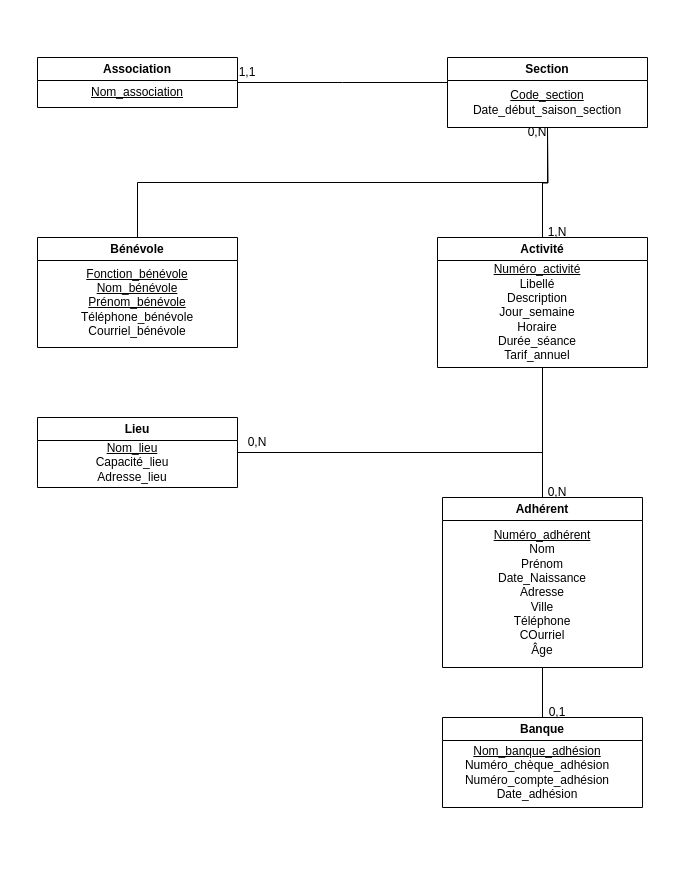
Above: MCD_EXO2.drawio in NicolasRbls/Diagramme (draw.io), before the change. Source tidied: cells renumbered, new cells numbered last; positions are measured from the earlier drawing's top-left corner, leaving out a move shared by most shapes. Both pictures are drawn from the tidied source at 100%, with x=0, y=0 at pixel (37, 57).
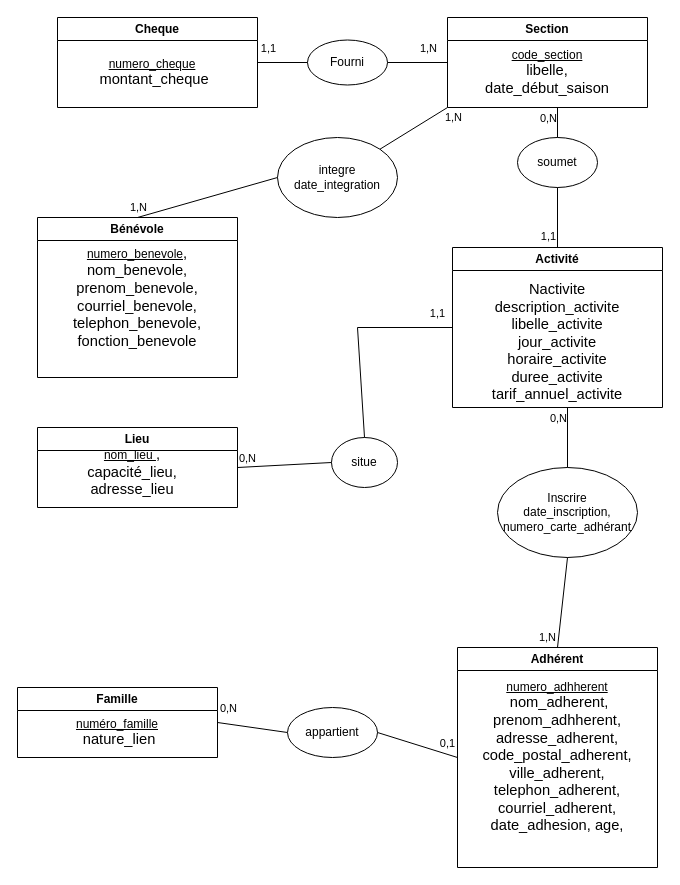
The same diagram, later.

Commit message:
Mettre à jour MCD_EXO2.drawio

Change to the diagram source:
```diff
@@
-    <mxCell id="2" style="edgeStyle=orthogonalEdgeStyle;rounded=0;jettySize=auto;html=1;strokeColor=default;endArrow=none;endFill=0;" parent="1" edge="1" source="3">
-      <mxGeometry relative="1" as="geometry">
-        <mxPoint x="410" y="25" as="targetPoint" />
-      </mxGeometry>
-    </mxCell>
-    <mxCell id="3" value="Association" style="swimlane;whiteSpace=wrap;html=1;" parent="1" vertex="1">
-      <mxGeometry width="200" height="50" as="geometry" />
+    <mxCell id="3" value="Famille" style="swimlane;whiteSpace=wrap;html=1;" parent="1" vertex="1">
+      <mxGeometry x="-20" y="630" width="200" height="70" as="geometry" />
     </mxCell>
-    <mxCell id="4" value="&lt;u&gt;Nom_association&lt;/u&gt;" style="text;html=1;strokeColor=none;fillColor=none;align=center;verticalAlign=middle;whiteSpace=wrap;rounded=0;" parent="3" vertex="1">
-      <mxGeometry x="70" y="20" width="60" height="30" as="geometry" />
+    <mxCell id="4" value="&lt;u&gt;numéro_famille&lt;br&gt;&lt;/u&gt;&lt;span style=&quot;font-size:11.0pt;font-family:&amp;quot;Arial&amp;quot;,sans-serif;mso-fareast-font-family:&lt;br/&gt;NSimSun;mso-bidi-font-family:&amp;quot;Lucida Sans&amp;quot;;mso-ansi-language:FR;mso-fareast-language:&lt;br/&gt;ZH-CN;mso-bidi-language:HI&quot;&gt;&amp;nbsp;nature_lien&lt;/span&gt;" style="text;html=1;strokeColor=none;fillColor=none;align=center;verticalAlign=middle;whiteSpace=wrap;rounded=0;" parent="3" vertex="1">
+      <mxGeometry x="70" y="30" width="60" height="30" as="geometry" />
     </mxCell>
-    <mxCell id="5" style="edgeStyle=orthogonalEdgeStyle;rounded=0;jettySize=auto;html=1;exitX=0.5;exitY=1;exitDx=0;exitDy=0;entryX=0.5;entryY=0;entryDx=0;entryDy=0;endArrow=none;endFill=0;" parent="1" edge="1" source="6" target="10">
-      <mxGeometry relative="1" as="geometry" />
-    </mxCell>
     <mxCell id="6" value="Section" style="swimlane;whiteSpace=wrap;html=1;" parent="1" vertex="1">
-      <mxGeometry x="410" width="200" height="70" as="geometry" />
+      <mxGeometry x="410" y="-40" width="200" height="90" as="geometry" />
     </mxCell>
-    <mxCell id="7" value="&lt;u&gt;Code_section&lt;/u&gt;&lt;br&gt;Date_début_saison_section" style="text;html=1;strokeColor=none;fillColor=none;align=center;verticalAlign=middle;whiteSpace=wrap;rounded=0;" parent="6" vertex="1">
-      <mxGeometry x="70" y="30" width="60" height="30" as="geometry" />
+    <mxCell id="7" value="&lt;u&gt;code_section&lt;br&gt;&lt;/u&gt;&lt;span style=&quot;font-size:11.0pt;font-family:&amp;quot;Arial&amp;quot;,sans-serif;mso-fareast-font-family:&lt;br/&gt;NSimSun;mso-bidi-font-family:&amp;quot;Lucida Sans&amp;quot;;mso-ansi-language:FR;mso-fareast-language:&lt;br/&gt;ZH-CN;mso-bidi-language:HI&quot;&gt;libelle, date_début_saison&lt;/span&gt;" style="text;html=1;strokeColor=none;fillColor=none;align=center;verticalAlign=middle;whiteSpace=wrap;rounded=0;" parent="6" vertex="1">
+      <mxGeometry x="70" y="40" width="60" height="30" as="geometry" />
     </mxCell>
-    <mxCell id="8" value="1,1" style="text;html=1;strokeColor=none;fillColor=none;align=center;verticalAlign=middle;whiteSpace=wrap;rounded=0;" parent="1" vertex="1">
-      <mxGeometry x="180" width="60" height="30" as="geometry" />
-    </mxCell>
-    <mxCell id="9" value="0,N" style="text;html=1;strokeColor=none;fillColor=none;align=center;verticalAlign=middle;whiteSpace=wrap;rounded=0;" parent="1" vertex="1">
-      <mxGeometry x="470" y="60" width="60" height="30" as="geometry" />
-    </mxCell>
     <mxCell id="10" value="Bénévole" style="swimlane;whiteSpace=wrap;html=1;" parent="1" vertex="1">
-      <mxGeometry y="180" width="200" height="110" as="geometry" />
+      <mxGeometry y="160" width="200" height="160" as="geometry" />
     </mxCell>
-    <mxCell id="11" value="&lt;u&gt;Fonction_bénévole&lt;br&gt;Nom_bénévole&lt;br&gt;Prénom_bénévole&lt;/u&gt;&lt;br&gt;Téléphone_bénévole&lt;br&gt;Courriel_bénévole" style="text;html=1;strokeColor=none;fillColor=none;align=center;verticalAlign=middle;whiteSpace=wrap;rounded=0;" parent="10" vertex="1">
-      <mxGeometry x="70" y="50" width="60" height="30" as="geometry" />
+    <mxCell id="11" value="&lt;u&gt;numero_benevole&lt;/u&gt;&lt;span style=&quot;font-size:11.0pt;&lt;br/&gt;font-family:&amp;quot;Arial&amp;quot;,sans-serif;mso-fareast-font-family:NSimSun;mso-bidi-font-family:&lt;br/&gt;&amp;quot;Lucida Sans&amp;quot;;mso-ansi-language:EN-US;mso-fareast-language:ZH-CN;mso-bidi-language:&lt;br/&gt;HI&quot; lang=&quot;EN-US&quot;&gt;, nom_benevole, prenom_benevole, courriel_benevole, telephon_benevole, fonction_benevole&lt;/span&gt;" style="text;html=1;strokeColor=none;fillColor=none;align=center;verticalAlign=middle;whiteSpace=wrap;rounded=0;" parent="10" vertex="1">
+      <mxGeometry x="70" y="65" width="60" height="30" as="geometry" />
     </mxCell>
-    <mxCell id="12" style="edgeStyle=orthogonalEdgeStyle;rounded=0;jettySize=auto;html=1;endArrow=none;endFill=0;" parent="1" edge="1" source="14">
-      <mxGeometry relative="1" as="geometry">
-        <mxPoint x="510" y="70" as="targetPoint" />
-      </mxGeometry>
-    </mxCell>
-    <mxCell id="13" style="edgeStyle=orthogonalEdgeStyle;rounded=0;jettySize=auto;html=1;entryX=0.5;entryY=0;entryDx=0;entryDy=0;endArrow=none;endFill=0;" parent="1" edge="1" source="14" target="18">
-      <mxGeometry relative="1" as="geometry" />
-    </mxCell>
     <mxCell id="14" value="Activité" style="swimlane;whiteSpace=wrap;html=1;" parent="1" vertex="1">
-      <mxGeometry x="400" y="180" width="210" height="130" as="geometry" />
+      <mxGeometry x="415" y="190" width="210" height="160" as="geometry" />
     </mxCell>
-    <mxCell id="15" value="&lt;u&gt;Numéro_activité&lt;/u&gt;&lt;br&gt;Libellé&lt;br&gt;Description&lt;br&gt;Jour_semaine&lt;br&gt;Horaire&lt;br&gt;Durée_séance&lt;br&gt;Tarif_annuel" style="text;html=1;strokeColor=none;fillColor=none;align=center;verticalAlign=middle;whiteSpace=wrap;rounded=0;" parent="14" vertex="1">
-      <mxGeometry x="70" y="60" width="60" height="30" as="geometry" />
+    <mxCell id="15" value="&lt;font face=&quot;Arial, sans-serif&quot;&gt;&lt;span style=&quot;font-size: 11pt;&quot;&gt;Nactivite description_activite libelle_activite jour_activite horaire_activite duree_activite tarif_annuel_activite&lt;/span&gt;&lt;/font&gt;" style="text;html=1;strokeColor=none;fillColor=none;align=center;verticalAlign=middle;whiteSpace=wrap;rounded=0;" parent="14" vertex="1">
+      <mxGeometry x="75" y="80" width="60" height="30" as="geometry" />
     </mxCell>
-    <mxCell id="16" value="1,N" style="text;html=1;strokeColor=none;fillColor=none;align=center;verticalAlign=middle;whiteSpace=wrap;rounded=0;" parent="1" vertex="1">
-      <mxGeometry x="490" y="160" width="60" height="30" as="geometry" />
-    </mxCell>
-    <mxCell id="17" style="edgeStyle=orthogonalEdgeStyle;rounded=0;jettySize=auto;html=1;entryX=0.5;entryY=0;entryDx=0;entryDy=0;endArrow=none;endFill=0;" parent="1" edge="1" source="18" target="21">
-      <mxGeometry relative="1" as="geometry" />
-    </mxCell>
     <mxCell id="18" value="Adhérent" style="swimlane;whiteSpace=wrap;html=1;" parent="1" vertex="1">
-      <mxGeometry x="405" y="440" width="200" height="170" as="geometry" />
+      <mxGeometry x="420" y="590" width="200" height="220" as="geometry" />
     </mxCell>
-    <mxCell id="19" value="&lt;u&gt;Numéro_adhérent&lt;/u&gt;&lt;br&gt;Nom&lt;br&gt;Prénom&lt;br&gt;Date_Naissance&lt;br&gt;Adresse&lt;br&gt;Ville&lt;br&gt;Téléphone&lt;br&gt;COurriel&lt;br&gt;Âge" style="text;html=1;strokeColor=none;fillColor=none;align=center;verticalAlign=middle;whiteSpace=wrap;rounded=0;" parent="18" vertex="1">
-      <mxGeometry x="70" y="80" width="60" height="30" as="geometry" />
+    <mxCell id="19" value="&lt;u&gt;numero_adhherent &lt;/u&gt;&lt;span style=&quot;font-size:11.0pt;&lt;br/&gt;font-family:&amp;quot;Arial&amp;quot;,sans-serif;mso-fareast-font-family:NSimSun;mso-bidi-font-family:&lt;br/&gt;&amp;quot;Lucida Sans&amp;quot;;mso-ansi-language:EN-US;mso-fareast-language:ZH-CN;mso-bidi-language:&lt;br/&gt;HI&quot; lang=&quot;EN-US&quot;&gt;&amp;nbsp;nom_adherent, prenom_adhherent, adresse_adherent, code_postal_adherent, ville_adherent, telephon_adherent, courriel_adherent, date_adhesion, age,&lt;/span&gt;" style="text;html=1;strokeColor=none;fillColor=none;align=center;verticalAlign=middle;whiteSpace=wrap;rounded=0;" parent="18" vertex="1">
+      <mxGeometry x="70" y="95" width="60" height="30" as="geometry" />
     </mxCell>
-    <mxCell id="20" value="0,N" style="text;html=1;strokeColor=none;fillColor=none;align=center;verticalAlign=middle;whiteSpace=wrap;rounded=0;" parent="18" vertex="1">
-      <mxGeometry x="85" y="-20" width="60" height="30" as="geometry" />
-    </mxCell>
-    <mxCell id="21" value="Banque" style="swimlane;whiteSpace=wrap;html=1;" parent="1" vertex="1">
-      <mxGeometry x="405" y="660" width="200" height="90" as="geometry" />
+    <mxCell id="21" value="Cheque" style="swimlane;whiteSpace=wrap;html=1;" parent="1" vertex="1">
+      <mxGeometry x="20" y="-40" width="200" height="90" as="geometry" />
     </mxCell>
-    <mxCell id="22" value="&lt;u&gt;Nom_banque_adhésion&lt;/u&gt;&lt;br&gt;Numéro_chèque_adhésion&lt;br&gt;Numéro_compte_adhésion&lt;br&gt;Date_adhésion" style="text;html=1;strokeColor=none;fillColor=none;align=center;verticalAlign=middle;whiteSpace=wrap;rounded=0;" parent="21" vertex="1">
+    <mxCell id="22" value="&lt;u&gt;numero_cheque&lt;br&gt;&lt;/u&gt;&lt;span style=&quot;font-size:11.0pt;font-family:&amp;quot;Arial&amp;quot;,sans-serif;mso-fareast-font-family:&lt;br/&gt;NSimSun;mso-bidi-font-family:&amp;quot;Lucida Sans&amp;quot;;mso-ansi-language:FR;mso-fareast-language:&lt;br/&gt;ZH-CN;mso-bidi-language:HI&quot;&gt;&amp;nbsp;montant_cheque&lt;/span&gt;" style="text;html=1;strokeColor=none;fillColor=none;align=center;verticalAlign=middle;whiteSpace=wrap;rounded=0;" parent="21" vertex="1">
       <mxGeometry x="65" y="40" width="60" height="30" as="geometry" />
     </mxCell>
-    <mxCell id="23" style="edgeStyle=orthogonalEdgeStyle;rounded=0;jettySize=auto;html=1;entryX=0.5;entryY=1;entryDx=0;entryDy=0;endArrow=none;endFill=0;" parent="1" edge="1" source="24" target="14">
-      <mxGeometry relative="1" as="geometry" />
-    </mxCell>
     <mxCell id="24" value="Lieu" style="swimlane;whiteSpace=wrap;html=1;" parent="1" vertex="1">
-      <mxGeometry y="360" width="200" height="70" as="geometry" />
+      <mxGeometry y="370" width="200" height="80" as="geometry" />
     </mxCell>
-    <mxCell id="25" value="&lt;u&gt;Nom_lieu&lt;/u&gt;&lt;br&gt;Capacité_lieu&lt;br&gt;Adresse_lieu" style="text;html=1;strokeColor=none;fillColor=none;align=center;verticalAlign=middle;whiteSpace=wrap;rounded=0;" parent="24" vertex="1">
+    <mxCell id="25" value="&lt;u&gt;nom_lieu &lt;/u&gt;&lt;span style=&quot;font-size:11.0pt;font-family:&amp;quot;Arial&amp;quot;,sans-serif;mso-fareast-font-family:&lt;br/&gt;NSimSun;mso-bidi-font-family:&amp;quot;Lucida Sans&amp;quot;;mso-ansi-language:FR;mso-fareast-language:&lt;br/&gt;ZH-CN;mso-bidi-language:HI&quot;&gt;, capacité&lt;/span&gt;&lt;span style=&quot;font-size:11.0pt;font-family:&lt;br/&gt;&amp;quot;Arial&amp;quot;,sans-serif;mso-fareast-font-family:NSimSun;mso-bidi-font-family:&amp;quot;Lucida Sans&amp;quot;;&lt;br/&gt;mso-ansi-language:FR;mso-fareast-language:ZH-CN;mso-bidi-language:HI&quot;&gt;_lieu, adresse_lieu&lt;/span&gt;" style="text;html=1;strokeColor=none;fillColor=none;align=center;verticalAlign=middle;whiteSpace=wrap;rounded=0;" parent="24" vertex="1">
       <mxGeometry x="65" y="30" width="60" height="30" as="geometry" />
     </mxCell>
-    <mxCell id="26" value="0,N" style="text;html=1;strokeColor=none;fillColor=none;align=center;verticalAlign=middle;whiteSpace=wrap;rounded=0;" parent="1" vertex="1">
-      <mxGeometry x="190" y="370" width="60" height="30" as="geometry" />
-    </mxCell>
+    <mxCell id="28" value="soumet" style="ellipse;whiteSpace=wrap;html=1;" parent="1" vertex="1">
+      <mxGeometry x="480" y="80" width="80" height="50" as="geometry" />
+    </mxCell>
+    <mxCell id="29" style="endArrow=none;html=1;rounded=0;entryX=0.5;entryY=1;entryDx=0;entryDy=0;exitX=0.5;exitY=0;exitDx=0;exitDy=0;" parent="1" edge="1" source="14" target="28">
+      <mxGeometry relative="1" as="geometry" />
+    </mxCell>
+    <mxCell id="30" value="1,1" style="edgeLabel;html=1;align=center;verticalAlign=middle;" parent="29" vertex="1">
+      <mxGeometry x="-0.6" y="1" relative="1" as="geometry">
+        <mxPoint x="-9" as="offset" />
+      </mxGeometry>
+    </mxCell>
+    <mxCell id="31" style="endArrow=none;html=1;rounded=0;exitX=0.5;exitY=0;exitDx=0;exitDy=0;" parent="1" edge="1" source="28">
+      <mxGeometry relative="1" as="geometry">
+        <mxPoint x="520" y="50" as="targetPoint" />
+      </mxGeometry>
+    </mxCell>
+    <mxCell id="32" value="0,N" style="edgeLabel;html=1;align=center;verticalAlign=middle;" parent="31" vertex="1">
+      <mxGeometry y="-9" relative="1" as="geometry">
+        <mxPoint x="-19" y="-5" as="offset" />
+      </mxGeometry>
+    </mxCell>
+    <mxCell id="33" value="Fourni" style="ellipse;whiteSpace=wrap;html=1;" parent="1" vertex="1">
+      <mxGeometry x="270" y="-17.5" width="80" height="45" as="geometry" />
+    </mxCell>
+    <mxCell id="34" style="endArrow=none;html=1;rounded=0;entryX=0;entryY=0.5;entryDx=0;entryDy=0;exitX=1;exitY=0.5;exitDx=0;exitDy=0;" parent="1" edge="1" source="33" target="6">
+      <mxGeometry relative="1" as="geometry" />
+    </mxCell>
+    <mxCell id="35" value="1,N" style="edgeLabel;html=1;align=center;verticalAlign=middle;" parent="34" vertex="1">
+      <mxGeometry x="-0.2" y="-3" relative="1" as="geometry">
+        <mxPoint x="16" y="-18" as="offset" />
+      </mxGeometry>
+    </mxCell>
+    <mxCell id="36" style="endArrow=none;html=1;rounded=0;entryX=0;entryY=0.5;entryDx=0;entryDy=0;exitX=1;exitY=0.5;exitDx=0;exitDy=0;" parent="1" edge="1" source="21" target="33">
+      <mxGeometry relative="1" as="geometry" />
+    </mxCell>
+    <mxCell id="37" value="1,1" style="edgeLabel;html=1;align=center;verticalAlign=middle;" parent="36" vertex="1">
+      <mxGeometry x="-0.16" y="7" relative="1" as="geometry">
+        <mxPoint x="-11" y="-8" as="offset" />
+      </mxGeometry>
+    </mxCell>
+    <mxCell id="38" value="integre&lt;br&gt;date_integration&lt;br&gt;" style="ellipse;whiteSpace=wrap;html=1;" parent="1" vertex="1">
+      <mxGeometry x="240" y="80" width="120" height="80" as="geometry" />
+    </mxCell>
+    <mxCell id="39" style="endArrow=none;html=1;rounded=0;exitX=1;exitY=0;exitDx=0;exitDy=0;" parent="1" edge="1" source="38">
+      <mxGeometry relative="1" as="geometry">
+        <mxPoint x="410" y="50" as="targetPoint" />
+      </mxGeometry>
+    </mxCell>
+    <mxCell id="40" value="1,N" style="edgeLabel;html=1;align=center;verticalAlign=middle;" parent="39" vertex="1">
+      <mxGeometry x="0.53" relative="1" as="geometry">
+        <mxPoint x="21" as="offset" />
+      </mxGeometry>
+    </mxCell>
+    <mxCell id="41" style="endArrow=none;html=1;rounded=0;entryX=0;entryY=0.5;entryDx=0;entryDy=0;exitX=0.5;exitY=0;exitDx=0;exitDy=0;" parent="1" edge="1" source="10" target="38">
+      <mxGeometry relative="1" as="geometry" />
+    </mxCell>
+    <mxCell id="42" value="1,N" style="edgeLabel;html=1;align=center;verticalAlign=middle;" parent="41" vertex="1">
+      <mxGeometry x="-0.38" y="4" relative="1" as="geometry">
+        <mxPoint x="-42" y="6" as="offset" />
+      </mxGeometry>
+    </mxCell>
+    <mxCell id="43" value="situe" style="ellipse;whiteSpace=wrap;html=1;" parent="1" vertex="1">
+      <mxGeometry x="294" y="380" width="66" height="50" as="geometry" />
+    </mxCell>
+    <mxCell id="44" style="endArrow=none;html=1;rounded=0;entryX=0;entryY=0.5;entryDx=0;entryDy=0;exitX=0.5;exitY=0;exitDx=0;exitDy=0;" parent="1" edge="1" source="43" target="14">
+      <mxGeometry relative="1" as="geometry">
+        <Array as="points">
+          <mxPoint x="320" y="270" />
+        </Array>
+      </mxGeometry>
+    </mxCell>
+    <mxCell id="45" value="1,1" style="edgeLabel;html=1;align=center;verticalAlign=middle;" parent="44" vertex="1">
+      <mxGeometry x="0.71" y="3" relative="1" as="geometry">
+        <mxPoint x="15" y="-12" as="offset" />
+      </mxGeometry>
+    </mxCell>
+    <mxCell id="46" style="endArrow=none;html=1;rounded=0;entryX=0;entryY=0.5;entryDx=0;entryDy=0;exitX=1;exitY=0.5;exitDx=0;exitDy=0;" parent="1" edge="1" source="24" target="43">
+      <mxGeometry relative="1" as="geometry" />
+    </mxCell>
+    <mxCell id="47" value="0,N" style="edgeLabel;html=1;align=center;verticalAlign=middle;" parent="46" vertex="1">
+      <mxGeometry x="-0.68" y="4" relative="1" as="geometry">
+        <mxPoint x="-5" y="-5" as="offset" />
+      </mxGeometry>
+    </mxCell>
+    <mxCell id="48" value="&lt;div&gt;Inscrire&lt;/div&gt;&lt;div&gt;date_inscription, numero_carte_adhérant&lt;br&gt;&lt;/div&gt;" style="ellipse;whiteSpace=wrap;html=1;" parent="1" vertex="1">
+      <mxGeometry x="460" y="410" width="140" height="90" as="geometry" />
+    </mxCell>
+    <mxCell id="49" style="endArrow=none;html=1;rounded=0;exitX=0.5;exitY=0;exitDx=0;exitDy=0;" parent="1" edge="1" source="48">
+      <mxGeometry relative="1" as="geometry">
+        <mxPoint x="530" y="350" as="targetPoint" />
+      </mxGeometry>
+    </mxCell>
+    <mxCell id="50" value="0,N" style="edgeLabel;html=1;align=center;verticalAlign=middle;" parent="49" vertex="1">
+      <mxGeometry x="0.37" y="-2" relative="1" as="geometry">
+        <mxPoint x="-12" y="-9" as="offset" />
+      </mxGeometry>
+    </mxCell>
+    <mxCell id="51" style="endArrow=none;html=1;rounded=0;entryX=0.5;entryY=1;entryDx=0;entryDy=0;exitX=0.5;exitY=0;exitDx=0;exitDy=0;" parent="1" edge="1" source="18" target="48">
+      <mxGeometry relative="1" as="geometry" />
+    </mxCell>
+    <mxCell id="52" value="1,N" style="edgeLabel;html=1;align=center;verticalAlign=middle;" parent="51" vertex="1">
+      <mxGeometry x="-0.65" y="2" relative="1" as="geometry">
+        <mxPoint x="-10" y="6" as="offset" />
+      </mxGeometry>
+    </mxCell>
+    <mxCell id="53" style="endArrow=none;html=1;rounded=0;exitX=1;exitY=0.5;exitDx=0;exitDy=0;entryX=0;entryY=0.5;entryDx=0;entryDy=0;" parent="1" edge="1" source="3" target="55">
+      <mxGeometry relative="1" as="geometry" />
+    </mxCell>
+    <mxCell id="54" value="0,N" style="edgeLabel;html=1;align=center;verticalAlign=middle;" parent="53" vertex="1">
+      <mxGeometry x="-0.58" y="2" relative="1" as="geometry">
+        <mxPoint x="-5" y="-15" as="offset" />
+      </mxGeometry>
+    </mxCell>
+    <mxCell id="55" value="appartient" style="ellipse;whiteSpace=wrap;html=1;" parent="1" vertex="1">
+      <mxGeometry x="250" y="650" width="90" height="50" as="geometry" />
+    </mxCell>
+    <mxCell id="56" style="endArrow=none;html=1;rounded=0;exitX=1;exitY=0.5;exitDx=0;exitDy=0;entryX=0;entryY=0.5;entryDx=0;entryDy=0;" parent="1" edge="1" source="55" target="18">
+      <mxGeometry relative="1" as="geometry" />
+    </mxCell>
-    <mxCell id="27" value="0,1" style="text;html=1;strokeColor=none;fillColor=none;align=center;verticalAlign=middle;whiteSpace=wrap;rounded=0;" parent="1" vertex="1">
-      <mxGeometry x="490" y="640" width="60" height="30" as="geometry" />
+    <mxCell id="27" value="0,1" style="edgeLabel;html=1;align=center;verticalAlign=middle;" parent="56" vertex="1">
+      <mxGeometry x="0.62" relative="1" as="geometry">
+        <mxPoint x="5" y="-10" as="offset" />
+      </mxGeometry>
     </mxCell>
```
